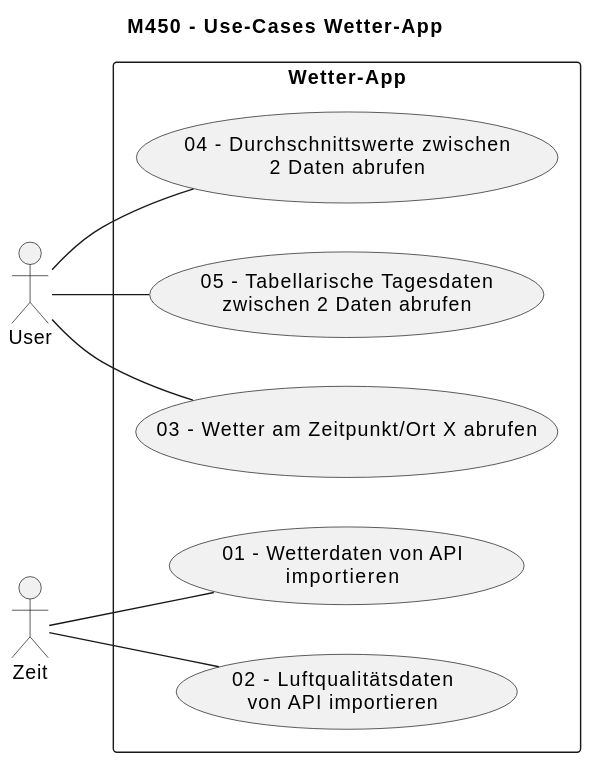
This is use-cases/use-cases.svg from bylexus/m450-template, a PlantUML export, as it was before one commit. The source it was exported from:
```plantuml
@startuml
title "M450 - Use-Cases Wetter-App"
left to right direction

actor "User"
actor "Zeit"

rectangle "Wetter-App" {
	usecase "01 - Wetterdaten von API\nimportieren" as import_weather
	usecase "02 - Luftqualitätsdaten\nvon API importieren" as import_air
	usecase "03 - Wetter am Zeitpunkt/Ort X abrufen" as data_point
	usecase "04 - Durchschnittswerte zwischen\n2 Daten abrufen" as data_avg
	usecase "05 - Tabellarische Tagesdaten\nzwischen 2 Daten abrufen" as data_table
}

Zeit -- import_weather
Zeit -- import_air
User -- data_point
User -- data_avg
User -- data_table
@enduml
```
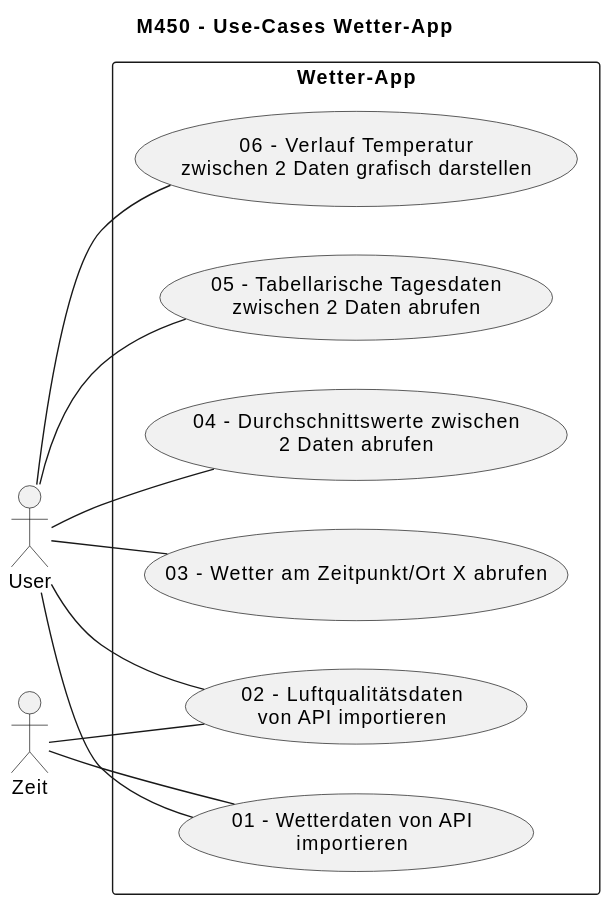
After the commit.

What changed in the source:
```diff
@@ -11,11 +11,15 @@
 	usecase "03 - Wetter am Zeitpunkt/Ort X abrufen" as data_point
 	usecase "04 - Durchschnittswerte zwischen\n2 Daten abrufen" as data_avg
 	usecase "05 - Tabellarische Tagesdaten\nzwischen 2 Daten abrufen" as data_table
+	usecase "06 - Verlauf Temperatur\nzwischen 2 Daten grafisch darstellen" as data_graph
 }
 
 Zeit -- import_weather
 Zeit -- import_air
+User -- import_weather
+User -- import_air
 User -- data_point
 User -- data_avg
 User -- data_table
+User -- data_graph
 @enduml
```
